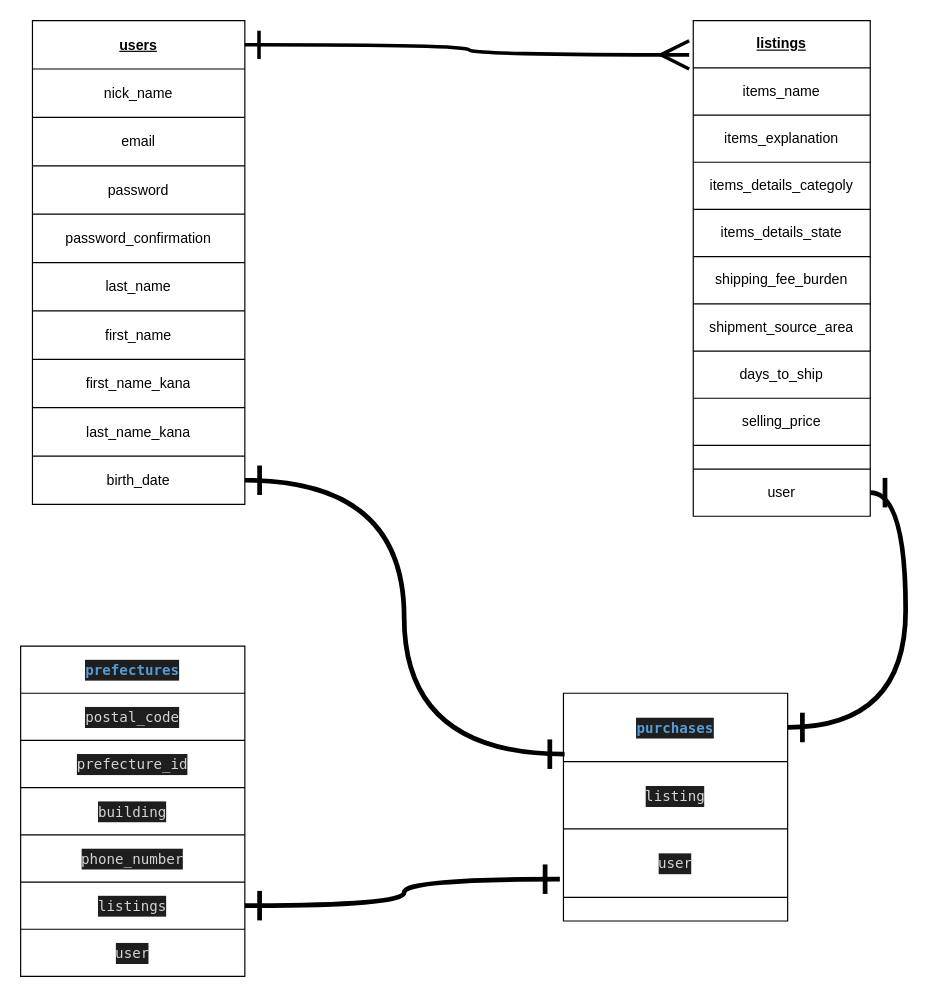
This is ER.dio from RyouheiMatsuyama/furima-32988, a draw.io file, before an edit. Source tidied: cells renumbered, new cells numbered last; positions are measured from the earlier drawing's top-left corner, leaving out a move shared by most shapes. Both pictures are drawn from the tidied source at 118%, with x=0, y=0 at pixel (20, 20).
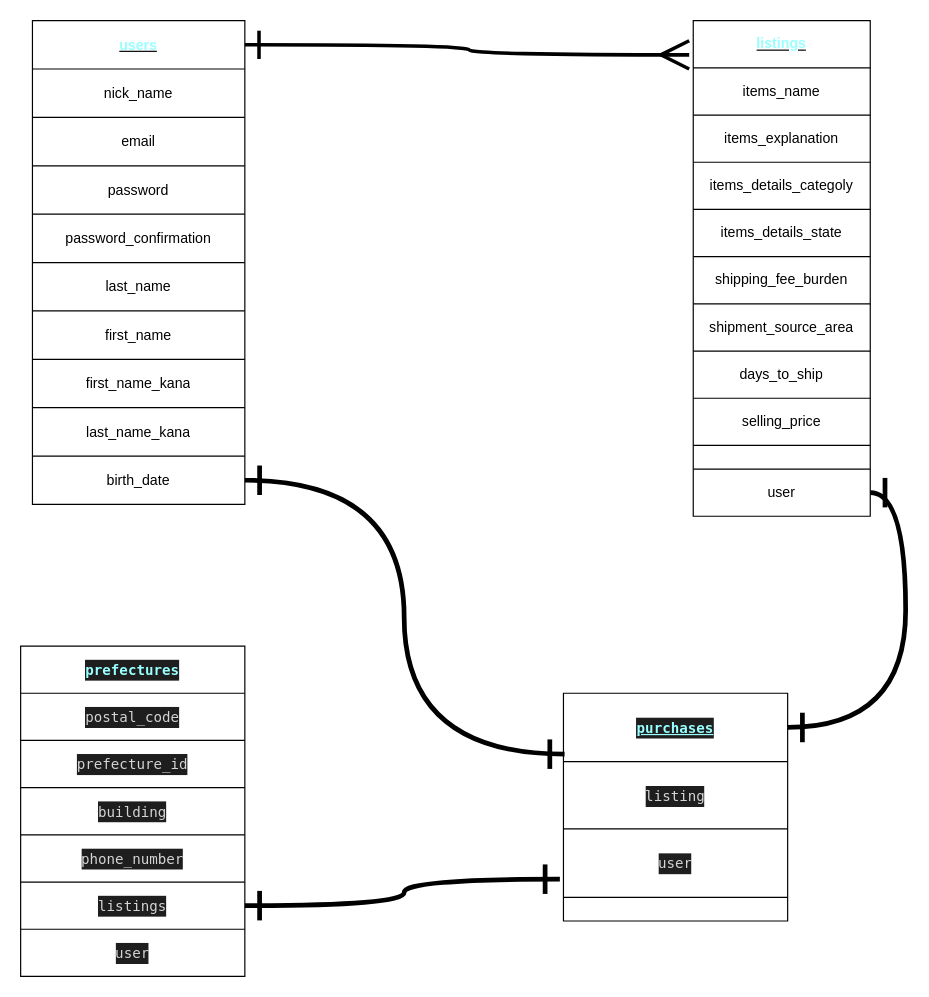
Above is the later version.

The change refers to these unchanged cells:
```xml
<mxCell id="3" style="shape=partialRectangle;html=1;whiteSpace=wrap;fillColor=none;top=0;left=0;bottom=0;right=0;points=[[0,0.5],[1,0.5]];portConstraint=eastwest;" parent="2" vertex="1">
  <mxGeometry width="180" height="41" as="geometry" />
</mxCell>
<mxCell id="24" style="shape=partialRectangle;html=1;whiteSpace=wrap;fillColor=none;top=0;left=0;bottom=0;right=0;points=[[0,0.5],[1,0.5]];portConstraint=eastwest;" parent="23" vertex="1">
  <mxGeometry width="150" height="40" as="geometry" />
</mxCell>
<mxCell id="48" style="shape=partialRectangle;html=1;whiteSpace=wrap;fillColor=none;top=0;left=0;bottom=0;right=0;points=[[0,0.5],[1,0.5]];portConstraint=eastwest;" parent="47" vertex="1">
  <mxGeometry width="190" height="58" as="geometry" />
</mxCell>
<mxCell id="57" style="shape=partialRectangle;html=1;whiteSpace=wrap;fillColor=none;top=0;left=0;bottom=0;right=0;" parent="56" vertex="1">
  <mxGeometry width="190" height="40" as="geometry" />
</mxCell>
```

The edit, as a diff of the source:
```diff
@@
-    <mxCell id="4" value="&lt;b&gt;&lt;u&gt;users&lt;/u&gt;&lt;/b&gt;" style="shape=partialRectangle;html=1;whiteSpace=wrap;overflow=hidden;fillColor=none;top=0;left=0;bottom=0;right=0;strokeColor=#99FFFF;" parent="3" vertex="1">
+    <mxCell id="4" value="&lt;b&gt;&lt;u&gt;&lt;font color=&quot;#99ffff&quot;&gt;users&lt;/font&gt;&lt;/u&gt;&lt;/b&gt;" style="shape=partialRectangle;html=1;whiteSpace=wrap;overflow=hidden;fillColor=none;top=0;left=0;bottom=0;right=0;strokeColor=#99FFFF;" parent="3" vertex="1">
       <mxGeometry width="180" height="41" as="geometry" />
     </mxCell>
@@
-    <mxCell id="25" value="&lt;b&gt;&lt;u&gt;listings&lt;/u&gt;&lt;/b&gt;" style="shape=partialRectangle;html=1;whiteSpace=wrap;overflow=hidden;fillColor=none;top=0;left=0;bottom=0;right=0;" parent="24" vertex="1">
+    <mxCell id="25" value="&lt;b&gt;&lt;u&gt;&lt;font color=&quot;#99ffff&quot;&gt;listings&lt;/font&gt;&lt;/u&gt;&lt;/b&gt;" style="shape=partialRectangle;html=1;whiteSpace=wrap;overflow=hidden;fillColor=none;top=0;left=0;bottom=0;right=0;" parent="24" vertex="1">
       <mxGeometry width="150" height="40" as="geometry" />
     </mxCell>
@@
-    <mxCell id="49" value="&lt;div style=&quot;color: rgb(212 , 212 , 212) ; background-color: rgb(30 , 30 , 30) ; font-family: &amp;#34;menlo&amp;#34; , &amp;#34;monaco&amp;#34; , &amp;#34;courier new&amp;#34; , monospace ; line-height: 18px&quot;&gt;&lt;span style=&quot;color: #569cd6 ; font-weight: bold&quot;&gt;purchases&lt;/span&gt;&lt;/div&gt;" style="shape=partialRectangle;html=1;whiteSpace=wrap;overflow=hidden;fillColor=none;top=0;left=0;bottom=0;right=0;" parent="48" vertex="1">
+    <mxCell id="49" value="&lt;div style=&quot;background-color: rgb(30 , 30 , 30) ; font-family: &amp;#34;menlo&amp;#34; , &amp;#34;monaco&amp;#34; , &amp;#34;courier new&amp;#34; , monospace ; line-height: 18px&quot;&gt;&lt;span style=&quot;font-weight: bold&quot;&gt;&lt;font color=&quot;#99ffff&quot;&gt;&lt;u&gt;purchases&lt;/u&gt;&lt;/font&gt;&lt;/span&gt;&lt;/div&gt;" style="shape=partialRectangle;html=1;whiteSpace=wrap;overflow=hidden;fillColor=none;top=0;left=0;bottom=0;right=0;" parent="48" vertex="1">
       <mxGeometry width="190" height="58" as="geometry" />
     </mxCell>
@@
-    <mxCell id="58" value="&lt;div style=&quot;color: rgb(212 , 212 , 212) ; background-color: rgb(30 , 30 , 30) ; font-family: &amp;#34;menlo&amp;#34; , &amp;#34;monaco&amp;#34; , &amp;#34;courier new&amp;#34; , monospace ; line-height: 18px&quot;&gt;&lt;span style=&quot;color: #569cd6 ; font-weight: bold&quot;&gt;prefectures&lt;/span&gt;&lt;/div&gt;" style="shape=partialRectangle;html=1;whiteSpace=wrap;overflow=hidden;fillColor=none;top=0;left=0;bottom=0;right=0;" parent="57" vertex="1">
+    <mxCell id="58" value="&lt;div style=&quot;background-color: rgb(30 , 30 , 30) ; font-family: &amp;#34;menlo&amp;#34; , &amp;#34;monaco&amp;#34; , &amp;#34;courier new&amp;#34; , monospace ; line-height: 18px&quot;&gt;&lt;span style=&quot;font-weight: bold&quot;&gt;&lt;font color=&quot;#99ffff&quot;&gt;prefectures&lt;/font&gt;&lt;/span&gt;&lt;/div&gt;" style="shape=partialRectangle;html=1;whiteSpace=wrap;overflow=hidden;fillColor=none;top=0;left=0;bottom=0;right=0;" parent="57" vertex="1">
       <mxGeometry width="190" height="40" as="geometry" />
     </mxCell>
```
